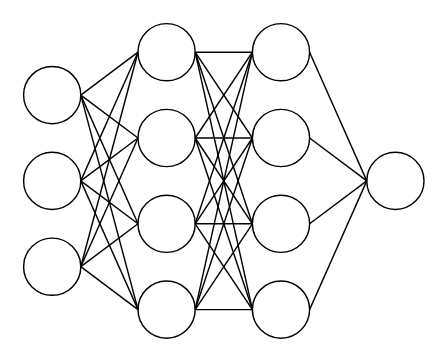
This is neural-network-mlp.drawio from lsc4719/MyViewOfComputationalGraphs, a draw.io file, before an edit. Source tidied: cells renumbered, new cells numbered last; positions are measured from the earlier drawing's top-left corner, leaving out a move shared by most shapes. Both pictures are drawn from the tidied source at 143%, with x=0, y=0 at pixel (23, 23).
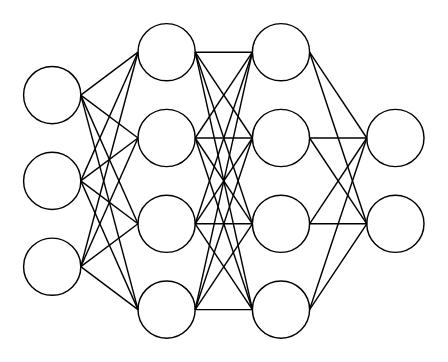
The same page after the edit.

Unchanged cells that the change refers to:
```xml
<mxCell id="9" style="ellipse;whiteSpace=wrap;html=1;" parent="1" vertex="1">
  <mxGeometry x="160" width="40" height="40" as="geometry" />
</mxCell>
<mxCell id="10" style="ellipse;whiteSpace=wrap;html=1;" parent="1" vertex="1">
  <mxGeometry x="160" y="60" width="40" height="40" as="geometry" />
</mxCell>
<mxCell id="11" style="ellipse;whiteSpace=wrap;html=1;" parent="1" vertex="1">
  <mxGeometry x="160" y="120" width="40" height="40" as="geometry" />
</mxCell>
<mxCell id="12" style="ellipse;whiteSpace=wrap;html=1;" parent="1" vertex="1">
  <mxGeometry x="160" y="180" width="40" height="40" as="geometry" />
</mxCell>
```

What changed in the source:
```diff
@@
     <mxCell id="13" style="ellipse;whiteSpace=wrap;html=1;" parent="1" vertex="1">
-      <mxGeometry x="240" y="90" width="40" height="40" as="geometry" />
+      <mxGeometry x="240" y="60" width="40" height="40" as="geometry" />
     </mxCell>
@@
-    <mxCell id="43" style="endArrow=none;html=1;rounded=0;exitX=1;exitY=0.5;exitDx=0;exitDy=0;" parent="1" edge="1" source="10">
-      <mxGeometry relative="1" as="geometry">
-        <mxPoint x="240" y="110" as="targetPoint" />
-      </mxGeometry>
+    <mxCell id="43" style="endArrow=none;html=1;rounded=0;exitX=1;exitY=0.5;exitDx=0;exitDy=0;entryX=0;entryY=0.5;entryDx=0;entryDy=0;" parent="1" edge="1" source="10" target="13">
+      <mxGeometry relative="1" as="geometry" />
     </mxCell>
@@
+    <mxCell id="46" style="ellipse;whiteSpace=wrap;html=1;" parent="1" vertex="1">
+      <mxGeometry x="240" y="120" width="40" height="40" as="geometry" />
+    </mxCell>
+    <mxCell id="47" style="endArrow=none;html=1;rounded=0;exitX=1;exitY=0.5;exitDx=0;exitDy=0;entryX=0;entryY=0.5;entryDx=0;entryDy=0;" parent="1" edge="1" source="9" target="46">
+      <mxGeometry relative="1" as="geometry" />
+    </mxCell>
+    <mxCell id="48" style="endArrow=none;html=1;rounded=0;exitX=1;exitY=0.5;exitDx=0;exitDy=0;entryX=0;entryY=0.5;entryDx=0;entryDy=0;" parent="1" edge="1" source="10" target="46">
+      <mxGeometry relative="1" as="geometry" />
+    </mxCell>
+    <mxCell id="49" style="endArrow=none;html=1;rounded=0;exitX=1;exitY=0.5;exitDx=0;exitDy=0;entryX=0;entryY=0.5;entryDx=0;entryDy=0;" parent="1" edge="1" source="11" target="46">
+      <mxGeometry relative="1" as="geometry" />
+    </mxCell>
+    <mxCell id="50" style="endArrow=none;html=1;rounded=0;exitX=1;exitY=0.5;exitDx=0;exitDy=0;entryX=0;entryY=0.5;entryDx=0;entryDy=0;" parent="1" edge="1" source="12" target="46">
+      <mxGeometry relative="1" as="geometry" />
+    </mxCell>
```
